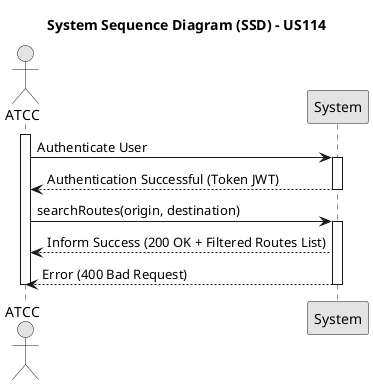
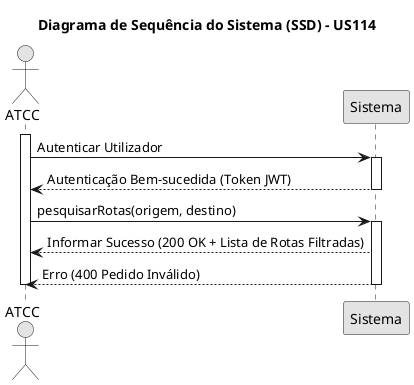
@startuml
skinparam monochrome true
skinparam shadowing false

- title System Sequence Diagram (SSD) - US114
+ title Diagrama de Sequência do Sistema (SSD) - US114

actor "ATCC" as User
- participant "System" as System
+ participant "Sistema" as System

activate User

- 
- User -> System : Authenticate User
+ User -> System : Autenticar Utilizador
activate System
- System --> User : Authentication Successful (Token JWT)
+ System --> User : Autenticação Bem-sucedida (Token JWT)
deactivate System

- 
- User -> System : searchRoutes(origin, destination)
+ User -> System : pesquisarRotas(origem, destino)
activate System

- System --> User : Inform Success (200 OK + Filtered Routes List)
- System --> User : Error (400 Bad Request)
+ System --> User : Informar Sucesso (200 OK + Lista de Rotas Filtradas)
+ System --> User : Erro (400 Pedido Inválido)
+ 
deactivate System
- 
deactivate User
@enduml